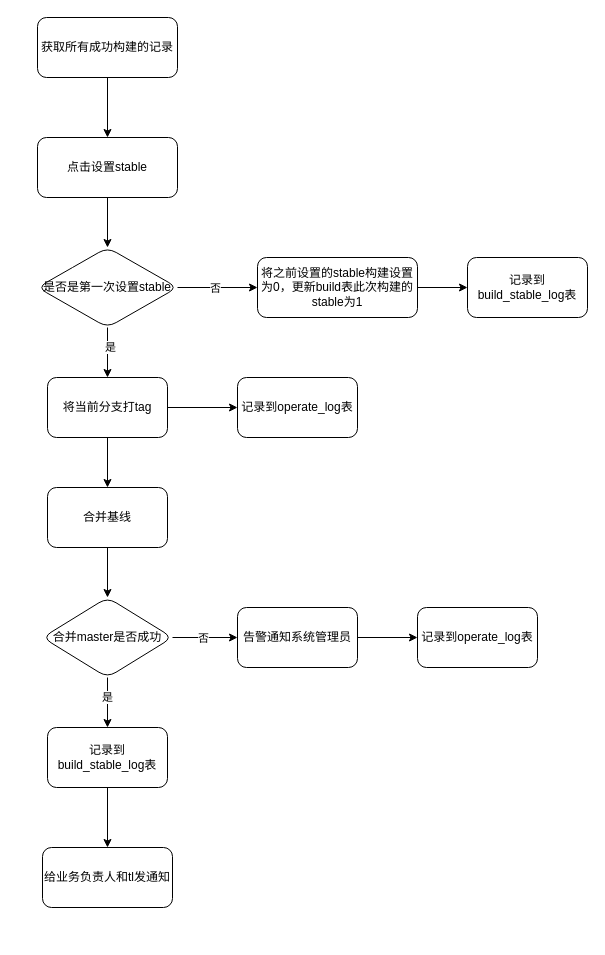
Above: 设置stable.drawio in wupei-w/diagrams (draw.io), before the change. Source tidied: cells renumbered, new cells numbered last; positions are measured from the earlier drawing's top-left corner, leaving out a move shared by most shapes. Both pictures are drawn from the tidied source at 100%, with x=0, y=0 at pixel (37, 17).
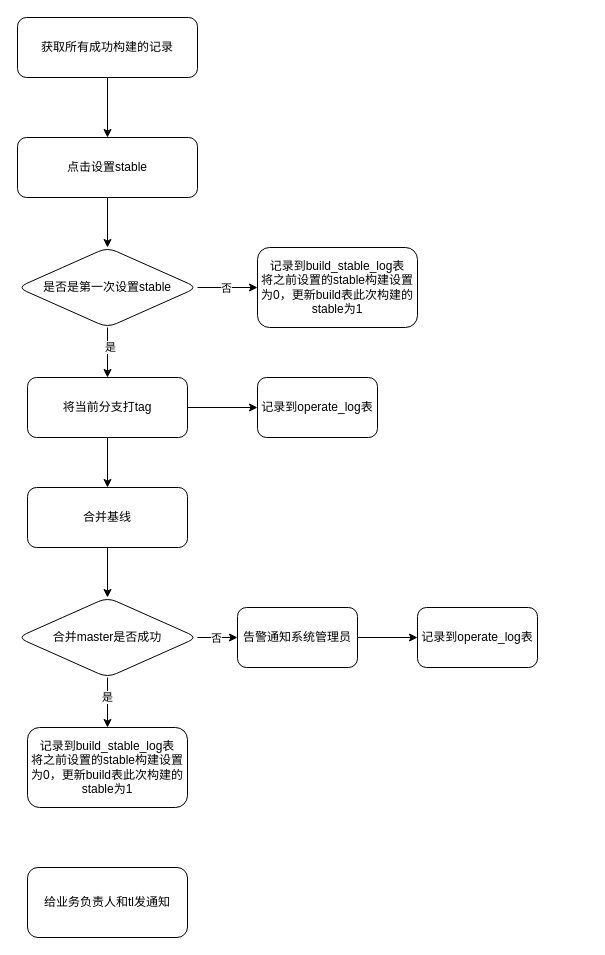
The same page after the edit.

The edit, as a diff of the source:
```diff
@@
     <mxCell id="3" value="获取所有成功构建的记录" style="rounded=1;whiteSpace=wrap;html=1;" parent="1" vertex="1">
-      <mxGeometry width="140" height="60" as="geometry" />
+      <mxGeometry x="-20" width="180" height="60" as="geometry" />
     </mxCell>
@@
     <mxCell id="5" value="点击设置stable" style="whiteSpace=wrap;html=1;rounded=1;" parent="1" vertex="1">
-      <mxGeometry y="120" width="140" height="60" as="geometry" />
+      <mxGeometry x="-20" y="120" width="180" height="60" as="geometry" />
     </mxCell>
@@
     <mxCell id="10" value="是否是第一次设置stable" style="rhombus;whiteSpace=wrap;html=1;rounded=1;" parent="1" vertex="1">
-      <mxGeometry y="230" width="140" height="80" as="geometry" />
+      <mxGeometry x="-20" y="230" width="180" height="80" as="geometry" />
     </mxCell>
@@
     <mxCell id="12" value="合并基线" style="whiteSpace=wrap;html=1;rounded=1;" parent="1" vertex="1">
-      <mxGeometry x="10" y="470" width="120" height="60" as="geometry" />
+      <mxGeometry x="-10" y="470" width="160" height="60" as="geometry" />
     </mxCell>
-    <mxCell id="13" style="edgeStyle=orthogonalEdgeStyle;rounded=0;jettySize=auto;html=1;" parent="1" edge="1" source="14" target="28">
-      <mxGeometry relative="1" as="geometry" />
-    </mxCell>
-    <mxCell id="14" value="将之前设置的stable构建设置为0，更新build表此次构建的stable为1" style="whiteSpace=wrap;html=1;rounded=1;" parent="1" vertex="1">
-      <mxGeometry x="220" y="240" width="160" height="60" as="geometry" />
+    <mxCell id="14" value="记录到build_stable_log表&lt;br&gt;将之前设置的stable构建设置为0，更新build表此次构建的stable为1" style="whiteSpace=wrap;html=1;rounded=1;" parent="1" vertex="1">
+      <mxGeometry x="220" y="230" width="160" height="80" as="geometry" />
     </mxCell>
-    <mxCell id="15" style="edgeStyle=orthogonalEdgeStyle;rounded=0;jettySize=auto;html=1;" parent="1" edge="1" source="16" target="29">
-      <mxGeometry relative="1" as="geometry" />
-    </mxCell>
-    <mxCell id="16" value="记录到build_stable_log表" style="whiteSpace=wrap;html=1;rounded=1;" parent="1" vertex="1">
-      <mxGeometry x="10" y="710" width="120" height="60" as="geometry" />
-    </mxCell>
-    <mxCell id="17" style="edgeStyle=orthogonalEdgeStyle;rounded=0;jettySize=auto;html=1;" parent="1" edge="1" source="21" target="16">
-      <mxGeometry relative="1" as="geometry" />
+    <mxCell id="17" style="edgeStyle=orthogonalEdgeStyle;rounded=0;jettySize=auto;html=1;" parent="1" edge="1" source="21">
+      <mxGeometry relative="1" as="geometry">
+        <mxPoint x="70" y="710" as="targetPoint" />
+      </mxGeometry>
     </mxCell>
@@
     <mxCell id="21" value="合并master是否成功" style="rhombus;whiteSpace=wrap;html=1;rounded=1;" parent="1" vertex="1">
-      <mxGeometry x="5" y="580" width="130" height="80" as="geometry" />
+      <mxGeometry x="-20" y="580" width="180" height="80" as="geometry" />
     </mxCell>
@@
     <mxCell id="26" value="将当前分支打tag" style="whiteSpace=wrap;html=1;rounded=1;" parent="1" vertex="1">
-      <mxGeometry x="10" y="360" width="120" height="60" as="geometry" />
+      <mxGeometry x="-10" y="360" width="160" height="60" as="geometry" />
     </mxCell>
     <mxCell id="27" value="记录到operate_log表" style="whiteSpace=wrap;html=1;rounded=1;" parent="1" vertex="1">
-      <mxGeometry x="200" y="360" width="120" height="60" as="geometry" />
+      <mxGeometry x="220" y="360" width="120" height="60" as="geometry" />
     </mxCell>
-    <mxCell id="28" value="记录到build_stable_log表" style="whiteSpace=wrap;html=1;rounded=1;" parent="1" vertex="1">
-      <mxGeometry x="430" y="240" width="120" height="60" as="geometry" />
-    </mxCell>
     <mxCell id="29" value="给业务负责人和tl发通知" style="whiteSpace=wrap;html=1;rounded=1;" parent="1" vertex="1">
-      <mxGeometry x="5" y="830" width="130" height="60" as="geometry" />
+      <mxGeometry x="-10" y="850" width="160" height="70" as="geometry" />
     </mxCell>
@@
+    <mxCell id="31" value="记录到build_stable_log表&lt;br&gt;将之前设置的stable构建设置为0，更新build表此次构建的stable为1" style="whiteSpace=wrap;html=1;rounded=1;" parent="1" vertex="1">
+      <mxGeometry x="-10" y="710" width="160" height="80" as="geometry" />
+    </mxCell>
```
